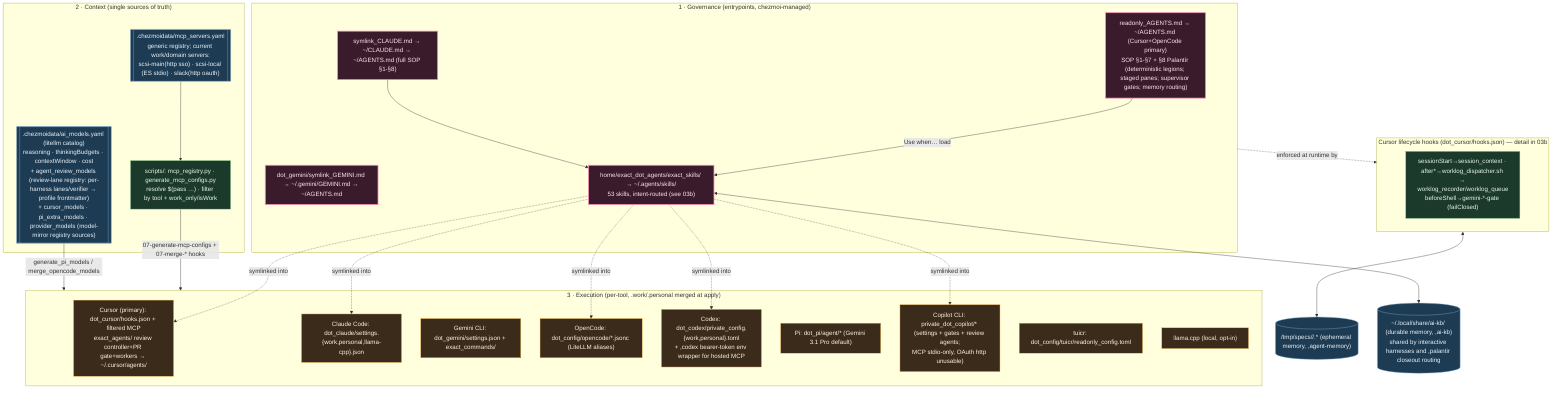
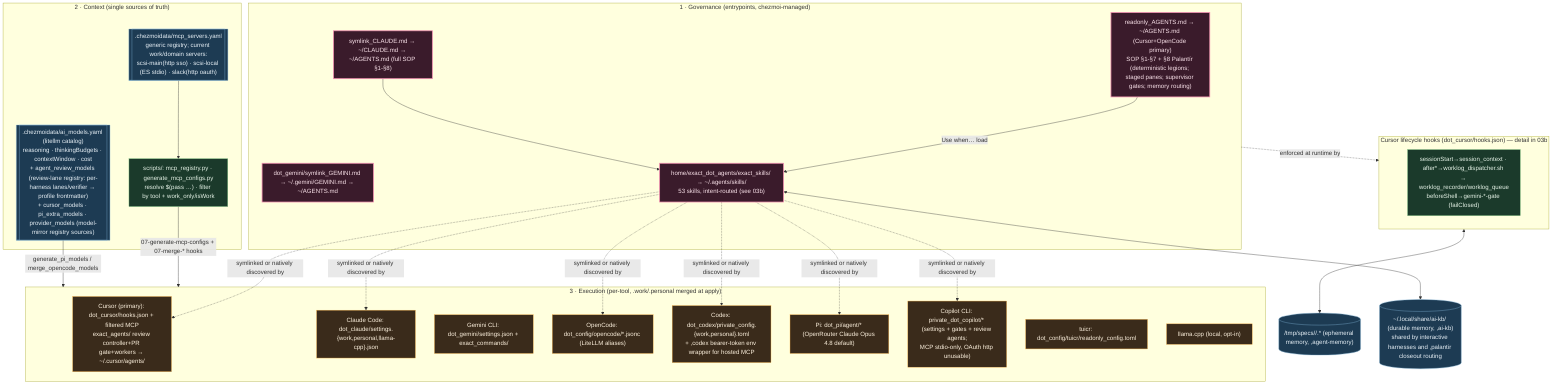
%% ============================================================================
%% 03-agentic-os.mmd — Agentic OS: governance + context + execution layers.
%% Entry SOPs + MCP/model registries + per-tool config generation.
%% Skills/hooks file-level detail → 03b. Per-tool config files → 12.
%% ============================================================================
flowchart TB
    classDef gov fill:#3a1b2b,stroke:#f48fb1,color:#fce4ec,stroke-width:2px;
    classDef ctx fill:#1b3a2b,stroke:#81c784,color:#e8f5e9;
    classDef exec fill:#3a2b1b,stroke:#ffb74d,color:#fff3e0;
    classDef data fill:#1d3b53,stroke:#7fb3d5,color:#eaf2f8;

    subgraph GOV["1 · Governance (entrypoints, chezmoi-managed)"]
        AG["readonly_AGENTS.md → ~/AGENTS.md (Cursor+OpenCode primary)<br/>SOP §1-§7 + §8 Palantír (deterministic legions; staged panes; supervisor gates; memory routing)"]:::gov
        CL["symlink_CLAUDE.md → ~/CLAUDE.md → ~/AGENTS.md (full SOP §1-§8)"]:::gov
        GM["dot_gemini/symlink_GEMINI.md → ~/.gemini/GEMINI.md → ~/AGENTS.md"]:::gov
        SK["home/exact_dot_agents/exact_skills/ → ~/.agents/skills/<br/>53 skills, intent-routed (see 03b)"]:::gov
        AG -->|Use when… load| SK
        CL --> SK
    end

    subgraph CTX["2 · Context (single sources of truth)"]
        REG[[".chezmoidata/mcp_servers.yaml<br/>generic registry; current work/domain servers:<br/>scsi-main(http sso) · scsi-local (ES stdio) · slack(http oauth)"]]:::data
        MODELS[[".chezmoidata/ai_models.yaml (litellm catalog)<br/>reasoning · thinkingBudgets · contextWindow · cost<br/>+ agent_review_models (review-lane registry: per-harness lanes/verifier → profile frontmatter)<br/>+ cursor_models · pi_extra_models · provider_models (model-mirror registry sources)"]]:::data
        GEN["scripts/: mcp_registry.py · generate_mcp_configs.py<br/>resolve $(pass …) · filter by tool + work_only/isWork"]:::ctx
        REG --> GEN
    end

    subgraph EXECL["3 · Execution (per-tool, .work/.personal merged at apply)"]
        CURSOR["Cursor (primary): dot_cursor/hooks.json + filtered MCP<br/>exact_agents/ review controller+PR gate+workers → ~/.cursor/agents/"]:::exec
        CLAUDE["Claude Code: dot_claude/settings.{work,personal,llama-cpp}.json"]:::exec
        GEMINI["Gemini CLI: dot_gemini/settings.json + exact_commands/"]:::exec
        OPENCODE["OpenCode: dot_config/opencode/*.jsonc (LiteLLM aliases)"]:::exec
        CODEX["Codex: dot_codex/private_config.{work,personal}.toml<br/>+ ,codex bearer-token env wrapper for hosted MCP"]:::exec
-         PI["Pi: dot_pi/agent/* (Gemini 3.1 Pro default)"]:::exec
+         PI["Pi: dot_pi/agent/* (OpenRouter Claude Opus 4.8 default)"]:::exec
        COPILOT["Copilot CLI: private_dot_copilot/* (settings + gates + review agents;<br/>MCP stdio-only, OAuth http unusable)"]:::exec
        TUICR["tuicr: dot_config/tuicr/readonly_config.toml"]:::exec
        LOCAL["llama.cpp (local, opt-in)"]:::exec
    end

    GEN -->|07-generate-mcp-configs + 07-merge-* hooks| EXECL
    MODELS -->|generate_pi_models / merge_opencode_models| EXECL
-     SK -. symlinked into .-> CURSOR & CLAUDE & OPENCODE & CODEX & COPILOT
+     SK -. symlinked or natively discovered by .-> CURSOR & CLAUDE & OPENCODE & CODEX & PI & COPILOT

    subgraph HOOKS["Cursor lifecycle hooks (dot_cursor/hooks.json) — detail in 03b"]
        H["sessionStart→session_context · after*→worklog_dispatcher.sh → worklog_recorder/worklog_queue<br/>beforeShell→gemini-*-gate (failClosed)"]:::ctx
    end
    GOV -.enforced at runtime by.-> HOOKS
    MEM[("/tmp/specs/<pwd>/<topic>.* (ephemeral memory, ,agent-memory)")]:::data
    HOOKS <--> MEM
    KBDB[("~/.local/share/ai-kb/ (durable memory, ,ai-kb)<br/>shared by interactive harnesses and ,palantir closeout routing")]:::data
    SK <--> KBDB
